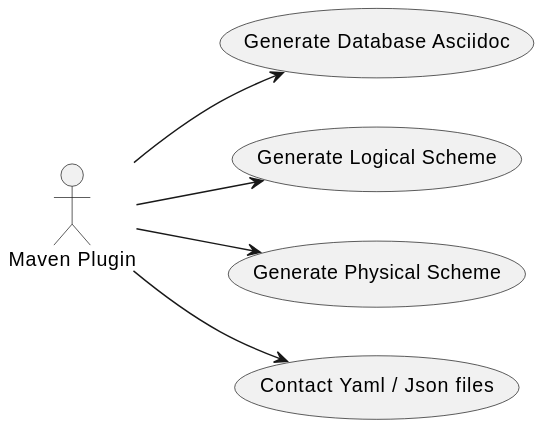
Above: doc/use-cases.svg in denis-volnenko/liquibase-asciidoc-maven-plugin (PlantUML), before the change. Source of this version:
```plantuml
@startuml
left to right direction

actor "Maven Plugin" as plugin
usecase "Generate Database Asciidoc" as uc1
usecase "Generate Logical Scheme" as uc2
usecase "Generate Physical Scheme" as uc3
usecase "Contact Yaml / Json files" as uc4

plugin --> uc1
plugin --> uc2
plugin --> uc3
plugin --> uc4
@enduml
```
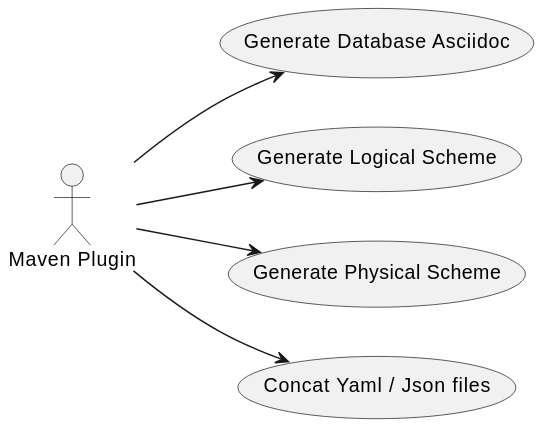
Above is the later version.

What changed in the source:
```diff
@@ -5,7 +5,7 @@
 usecase "Generate Database Asciidoc" as uc1
 usecase "Generate Logical Scheme" as uc2
 usecase "Generate Physical Scheme" as uc3
-usecase "Contact Yaml / Json files" as uc4
+usecase "Concat Yaml / Json files" as uc4
 
 plugin --> uc1
 plugin --> uc2
```
